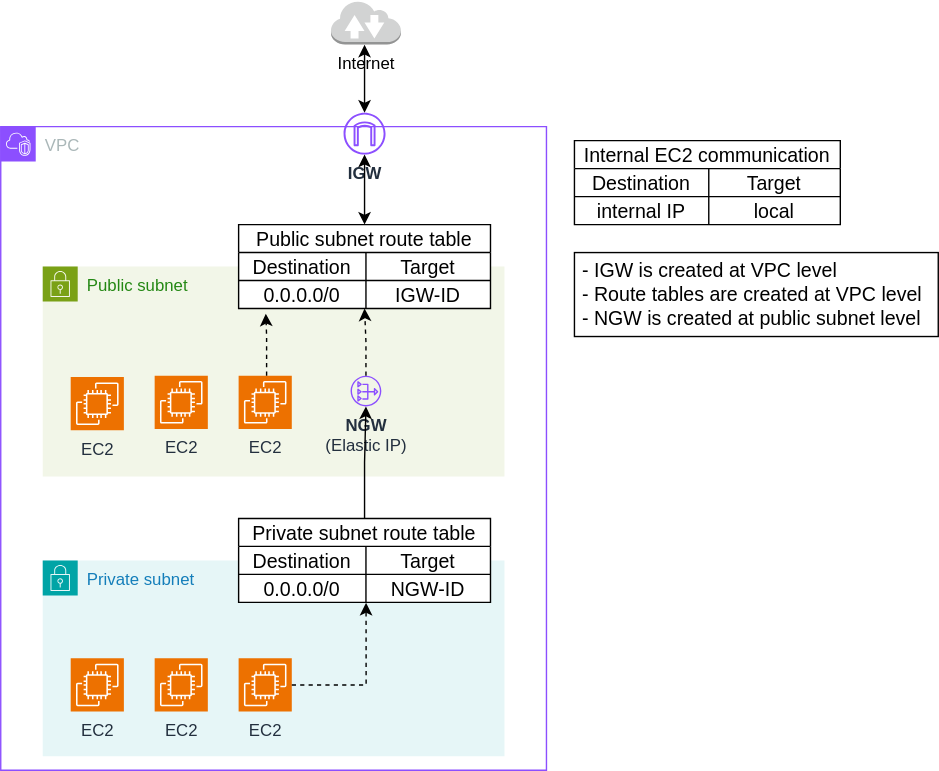
Above: network/diagrams/networkSetup.drawio.svg in vikchupak/AWS (draw.io), before the change. Source tidied: cells renumbered, new cells last; positions are measured from the earlier drawing's top-left corner, leaving out a move shared by most shapes.
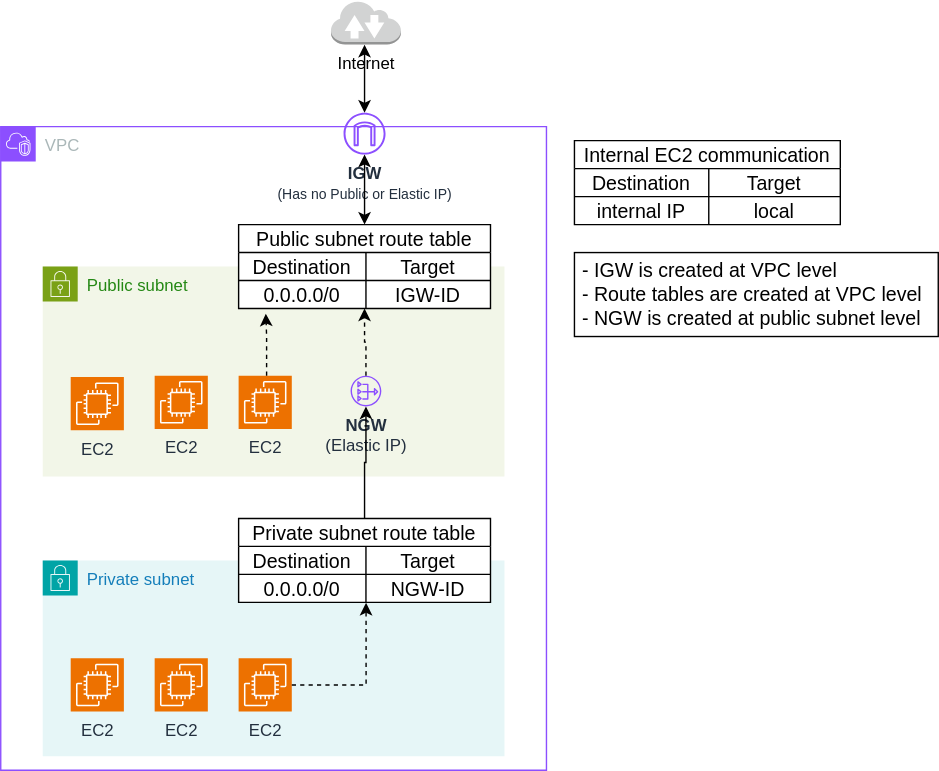
After the change.

Diff of the diagram source:
```diff
@@ -50,7 +50,7 @@
         </Array>
       </mxGeometry>
     </mxCell>
-    <mxCell id="15" value="&lt;b&gt;IGW&lt;/b&gt;" style="sketch=0;outlineConnect=0;fontColor=#232F3E;gradientColor=none;fillColor=#8C4FFF;strokeColor=none;dashed=0;verticalLabelPosition=bottom;verticalAlign=top;align=center;html=1;fontSize=12;fontStyle=0;shape=mxgraph.aws4.internet_gateway;" parent="2" vertex="1">
+    <mxCell id="15" value="&lt;b&gt;IGW&lt;/b&gt;&lt;br&gt;&lt;font style=&quot;font-size: 10px;&quot;&gt;(Has no Public or Elastic IP)&lt;/font&gt;" style="sketch=0;outlineConnect=0;fontColor=#232F3E;gradientColor=none;fillColor=#8C4FFF;strokeColor=none;dashed=0;verticalLabelPosition=bottom;verticalAlign=top;align=center;html=1;fontSize=12;fontStyle=0;shape=mxgraph.aws4.internet_gateway;" parent="2" vertex="1">
       <mxGeometry x="245" y="-10" width="30" height="30" as="geometry" />
     </mxCell>
     <mxCell id="16" style="edgeStyle=orthogonalEdgeStyle;rounded=0;jettySize=auto;html=1;startArrow=classic;startFill=1;exitX=0.5;exitY=0;exitDx=0;exitDy=0;" parent="2" edge="1" source="24" target="15">
```
